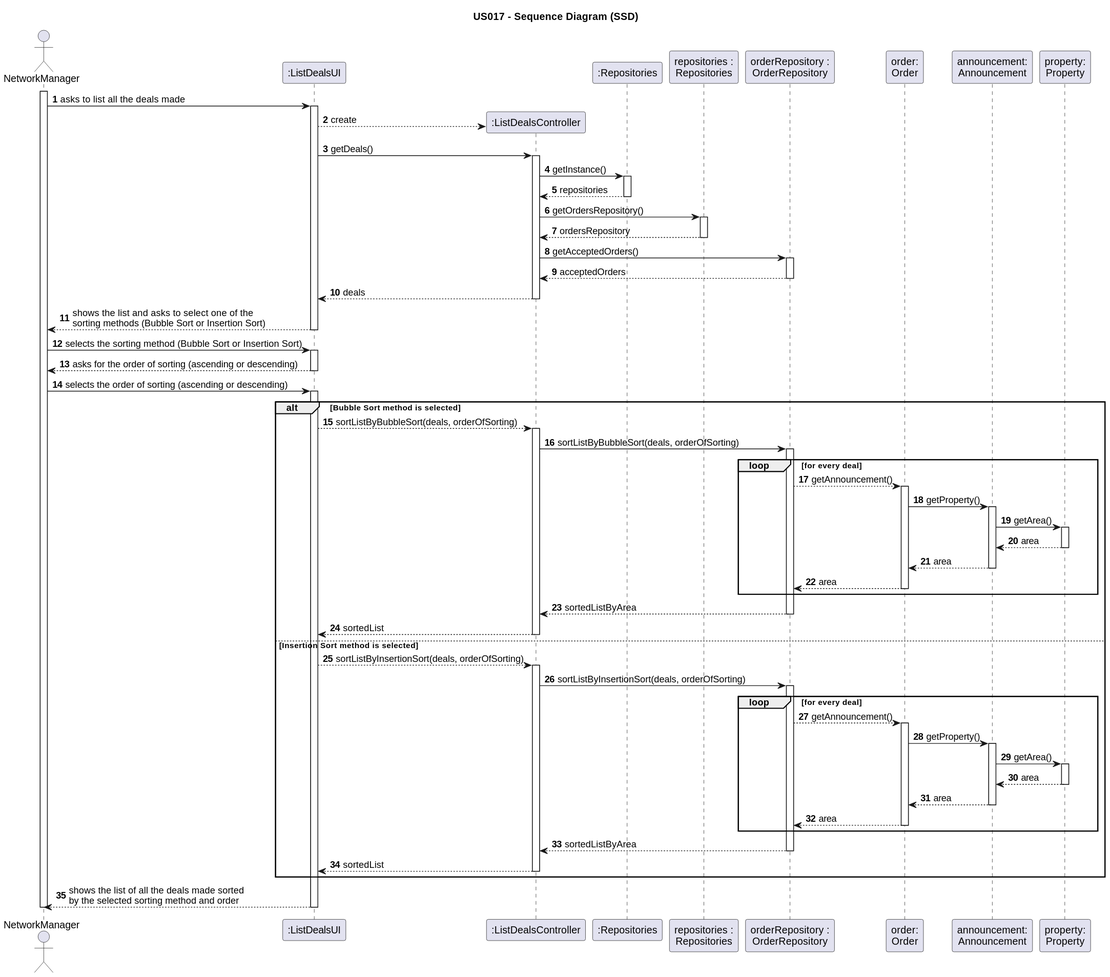
Above: docs/sprintD/us017/03.design/svg/us017-sequence-diagram.svg in 1220812/LAPR2 (PlantUML), before the change.
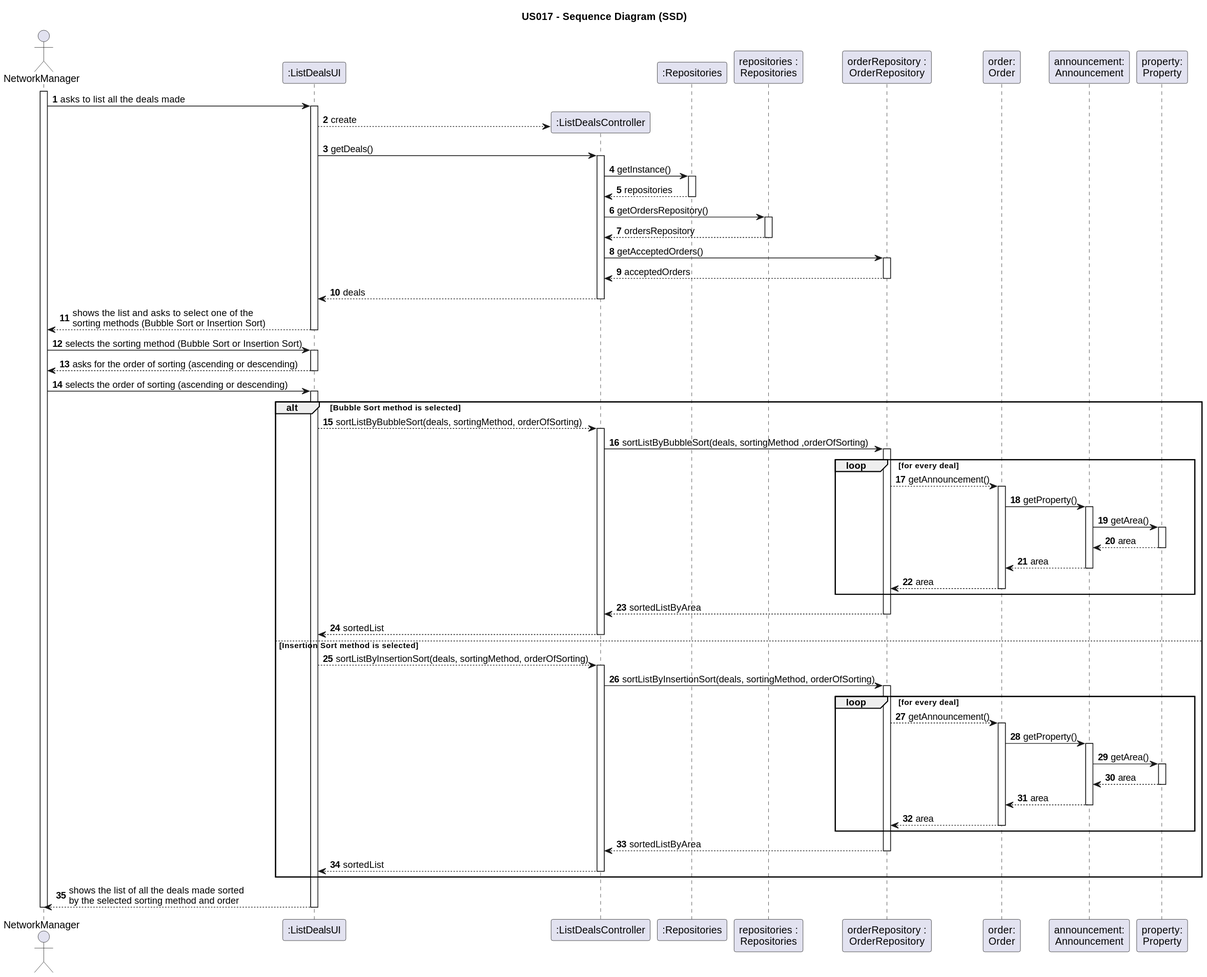
Above is the later version.

The edit, as a diff of the source:
```diff
@@ -71,11 +71,11 @@
 
         activate UI
 
-        UI --> Controller : sortListByBubbleSort(deals, orderOfSorting)
+        UI --> Controller : sortListByBubbleSort(deals, sortingMethod, orderOfSorting)
 
         activate Controller
 
-        Controller -> OR : sortListByBubbleSort(deals, orderOfSorting)
+        Controller -> OR : sortListByBubbleSort(deals, sortingMethod ,orderOfSorting)
 
         activate OR
 
@@ -117,11 +117,11 @@
 
      else Insertion Sort method is selected
 
-             UI --> Controller : sortListByInsertionSort(deals, orderOfSorting)
+             UI --> Controller : sortListByInsertionSort(deals, sortingMethod, orderOfSorting)
 
              activate Controller
 
-             Controller -> OR : sortListByInsertionSort(deals, orderOfSorting)
+             Controller -> OR : sortListByInsertionSort(deals, sortingMethod, orderOfSorting)
 
              activate OR
 
```
